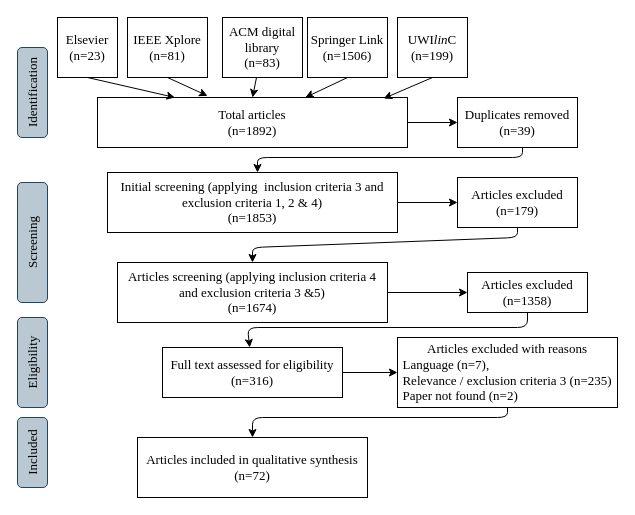
The draw.io diagram page "SLR Stages" (7 of 15) of TheModel.drawio in Kibolabs/Diagrams, before the edit. Source tidied: cells renumbered, new cells numbered last; positions are measured from the earlier drawing's top-left corner, leaving out a move shared by most shapes. Both pictures are drawn from the tidied source at 100%, with x=0, y=0 at pixel (-28, 17).
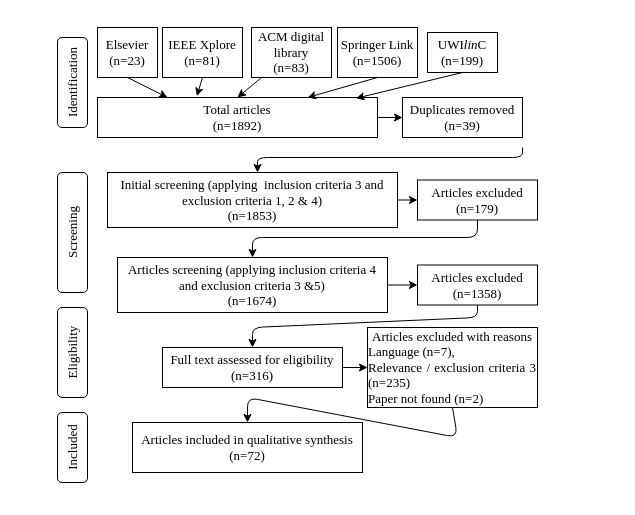
After the change.

What changed in the source:
```diff
@@
-    <mxCell id="2" value="&lt;div style=&quot;font-size: 13px;&quot;&gt;Elsevier&lt;/div&gt;&lt;div style=&quot;font-size: 13px;&quot;&gt;(n=23)&lt;br style=&quot;font-size: 13px;&quot;&gt;&lt;/div&gt;" style="rounded=0;whiteSpace=wrap;html=1;fontFamily=Times New Roman;fontSize=13;" parent="1" vertex="1">
-      <mxGeometry x="85" width="60" height="60" as="geometry" />
+    <mxCell id="2" value="&lt;div style=&quot;font-size: 13px;&quot;&gt;Elsevier&lt;/div&gt;&lt;div style=&quot;font-size: 13px;&quot;&gt;(n=23)&lt;br style=&quot;font-size: 13px;&quot;&gt;&lt;/div&gt;" style="rounded=0;whiteSpace=wrap;html=1;fontFamily=Times New Roman;fontSize=13;fillColor=none;fontColor=light-dark(#000000,#000000);strokeColor=light-dark(#000000,#000000);" parent="1" vertex="1">
+      <mxGeometry x="125" y="10" width="60" height="50" as="geometry" />
     </mxCell>
-    <mxCell id="3" value="&lt;div style=&quot;font-size: 13px;&quot;&gt;UWI&lt;i style=&quot;font-size: 13px;&quot;&gt;lin&lt;/i&gt;C&lt;/div&gt;&lt;div style=&quot;font-size: 13px;&quot;&gt;(n=199)&lt;br style=&quot;font-size: 13px;&quot;&gt;&lt;/div&gt;" style="rounded=0;whiteSpace=wrap;html=1;fontFamily=Times New Roman;fontSize=13;" parent="1" vertex="1">
-      <mxGeometry x="425" width="70" height="60" as="geometry" />
+    <mxCell id="3" value="&lt;div style=&quot;font-size: 13px;&quot;&gt;UWI&lt;i style=&quot;font-size: 13px;&quot;&gt;lin&lt;/i&gt;C&lt;/div&gt;&lt;div style=&quot;font-size: 13px;&quot;&gt;(n=199)&lt;br style=&quot;font-size: 13px;&quot;&gt;&lt;/div&gt;" style="rounded=0;whiteSpace=wrap;html=1;fontFamily=Times New Roman;fontSize=13;fillColor=none;fontColor=light-dark(#000000,#000000);strokeColor=light-dark(#000000,#000000);" parent="1" vertex="1">
+      <mxGeometry x="455" y="15" width="70" height="40" as="geometry" />
     </mxCell>
-    <mxCell id="4" value="&lt;div style=&quot;font-size: 13px;&quot;&gt;Springer Link&lt;/div&gt;&lt;div style=&quot;font-size: 13px;&quot;&gt;(n=1506)&lt;br style=&quot;font-size: 13px;&quot;&gt;&lt;/div&gt;" style="rounded=0;whiteSpace=wrap;html=1;fontFamily=Times New Roman;fontSize=13;" parent="1" vertex="1">
-      <mxGeometry x="335" width="80" height="60" as="geometry" />
+    <mxCell id="4" value="&lt;div style=&quot;font-size: 13px;&quot;&gt;Springer Link&lt;/div&gt;&lt;div style=&quot;font-size: 13px;&quot;&gt;(n=1506)&lt;br style=&quot;font-size: 13px;&quot;&gt;&lt;/div&gt;" style="rounded=0;whiteSpace=wrap;html=1;fontFamily=Times New Roman;fontSize=13;fillColor=none;fontColor=light-dark(#000000,#000000);strokeColor=light-dark(#000000,#000000);" parent="1" vertex="1">
+      <mxGeometry x="365" y="10" width="80" height="50" as="geometry" />
     </mxCell>
-    <mxCell id="5" value="&lt;div style=&quot;font-size: 13px;&quot;&gt;ACM digital library&lt;/div&gt;&lt;div style=&quot;font-size: 13px;&quot;&gt;(n=83)&lt;br style=&quot;font-size: 13px;&quot;&gt;&lt;/div&gt;" style="rounded=0;whiteSpace=wrap;html=1;fontFamily=Times New Roman;fontSize=13;" parent="1" vertex="1">
-      <mxGeometry x="250" width="80" height="60" as="geometry" />
+    <mxCell id="5" value="&lt;div style=&quot;font-size: 13px;&quot;&gt;ACM digital library&lt;/div&gt;&lt;div style=&quot;font-size: 13px;&quot;&gt;(n=83)&lt;br style=&quot;font-size: 13px;&quot;&gt;&lt;/div&gt;" style="rounded=0;whiteSpace=wrap;html=1;fontFamily=Times New Roman;fontSize=13;fillColor=none;fontColor=light-dark(#000000,#000000);strokeColor=light-dark(#000000,#000000);" parent="1" vertex="1">
+      <mxGeometry x="279" y="10" width="80" height="50" as="geometry" />
     </mxCell>
-    <mxCell id="6" value="&lt;div style=&quot;font-size: 13px;&quot;&gt;IEEE Xplore&lt;/div&gt;&lt;div style=&quot;font-size: 13px;&quot;&gt;(n=81)&lt;br style=&quot;font-size: 13px;&quot;&gt;&lt;/div&gt;" style="rounded=0;whiteSpace=wrap;html=1;fontFamily=Times New Roman;fontSize=13;" parent="1" vertex="1">
-      <mxGeometry x="155" width="80" height="60" as="geometry" />
+    <mxCell id="6" value="&lt;div style=&quot;font-size: 13px;&quot;&gt;IEEE Xplore&lt;/div&gt;&lt;div style=&quot;font-size: 13px;&quot;&gt;(n=81)&lt;br style=&quot;font-size: 13px;&quot;&gt;&lt;/div&gt;" style="rounded=0;whiteSpace=wrap;html=1;fontFamily=Times New Roman;fontSize=13;fillColor=none;fontColor=light-dark(#000000,#000000);strokeColor=light-dark(#000000,#000000);" parent="1" vertex="1">
+      <mxGeometry x="190" y="10" width="80" height="50" as="geometry" />
     </mxCell>
-    <mxCell id="7" value="Included" style="rounded=1;whiteSpace=wrap;html=1;rotation=-90;fontFamily=Times New Roman;fontSize=13;labelBackgroundColor=none;fillColor=#bac8d3;strokeColor=#23445d;" parent="1" vertex="1">
-      <mxGeometry x="25" y="420" width="70" height="30" as="geometry" />
+    <mxCell id="7" value="Included" style="rounded=1;whiteSpace=wrap;html=1;rotation=-90;fontFamily=Times New Roman;fontSize=13;labelBackgroundColor=none;fillColor=none;fontColor=light-dark(#000000,#000000);strokeColor=light-dark(#000000,#000000);" parent="1" vertex="1">
+      <mxGeometry x="65" y="415" width="70" height="30" as="geometry" />
     </mxCell>
-    <mxCell id="8" value="Eligibility" style="rounded=1;whiteSpace=wrap;html=1;rotation=-90;fontFamily=Times New Roman;fontSize=13;labelBackgroundColor=none;fillColor=#bac8d3;strokeColor=#23445d;" parent="1" vertex="1">
-      <mxGeometry x="15" y="330" width="90" height="30" as="geometry" />
+    <mxCell id="8" value="Eligibility" style="rounded=1;whiteSpace=wrap;html=1;rotation=-90;fontFamily=Times New Roman;fontSize=13;labelBackgroundColor=none;fillColor=none;fontColor=light-dark(#000000,#000000);strokeColor=light-dark(#000000,#000000);" parent="1" vertex="1">
+      <mxGeometry x="55" y="320" width="90" height="30" as="geometry" />
     </mxCell>
-    <mxCell id="9" value="Screening" style="rounded=1;whiteSpace=wrap;html=1;rotation=-90;fontFamily=Times New Roman;fontSize=13;labelBackgroundColor=none;fillColor=#bac8d3;strokeColor=#23445d;" parent="1" vertex="1">
-      <mxGeometry y="210" width="120" height="30" as="geometry" />
+    <mxCell id="9" value="Screening" style="rounded=1;whiteSpace=wrap;html=1;rotation=-90;fontFamily=Times New Roman;fontSize=13;labelBackgroundColor=none;fillColor=none;fontColor=light-dark(#000000,#000000);strokeColor=light-dark(#000000,#000000);" parent="1" vertex="1">
+      <mxGeometry x="40" y="200" width="120" height="30" as="geometry" />
     </mxCell>
-    <mxCell id="10" value="Identification" style="rounded=1;whiteSpace=wrap;html=1;rotation=-90;fontFamily=Times New Roman;fontSize=13;labelBackgroundColor=none;fillColor=#bac8d3;strokeColor=#23445d;" parent="1" vertex="1">
-      <mxGeometry x="15" y="60" width="90" height="30" as="geometry" />
+    <mxCell id="10" value="Identification" style="rounded=1;whiteSpace=wrap;html=1;rotation=-90;fontFamily=Times New Roman;fontSize=13;labelBackgroundColor=none;fillColor=none;fontColor=light-dark(#000000,#000000);strokeColor=light-dark(#000000,#000000);" parent="1" vertex="1">
+      <mxGeometry x="55" y="50" width="90" height="30" as="geometry" />
     </mxCell>
-    <mxCell id="11" value="&lt;div style=&quot;font-size: 13px&quot;&gt;Total articles&lt;/div&gt;&lt;div style=&quot;font-size: 13px&quot;&gt;(n=1892)&lt;br style=&quot;font-size: 13px&quot;&gt;&lt;/div&gt;" style="rounded=0;whiteSpace=wrap;html=1;fontFamily=Times New Roman;fontSize=13;" parent="1" vertex="1">
-      <mxGeometry x="125" y="80" width="310" height="50" as="geometry" />
+    <mxCell id="11" value="&lt;div style=&quot;font-size: 13px&quot;&gt;Total articles&lt;/div&gt;&lt;div style=&quot;font-size: 13px&quot;&gt;(n=1892)&lt;br style=&quot;font-size: 13px&quot;&gt;&lt;/div&gt;" style="rounded=0;whiteSpace=wrap;html=1;fontFamily=Times New Roman;fontSize=13;fillColor=none;fontColor=light-dark(#000000,#000000);strokeColor=light-dark(#000000,#000000);" parent="1" vertex="1">
+      <mxGeometry x="125" y="80" width="280" height="40" as="geometry" />
     </mxCell>
-    <mxCell id="12" value="&lt;div style=&quot;font-size: 13px;&quot;&gt;Initial screening (applying&amp;nbsp; inclusion criteria 3 and exclusion criteria 1, 2 &amp;amp; 4)&lt;/div&gt;&lt;div style=&quot;font-size: 13px;&quot;&gt;(n=1853)&lt;br style=&quot;font-size: 13px;&quot;&gt;&lt;/div&gt;" style="rounded=0;whiteSpace=wrap;html=1;fontFamily=Times New Roman;fontSize=13;" parent="1" vertex="1">
-      <mxGeometry x="135" y="155" width="290" height="60" as="geometry" />
+    <mxCell id="12" value="&lt;div style=&quot;font-size: 13px;&quot;&gt;Initial screening (applying&amp;nbsp; inclusion criteria 3 and exclusion criteria 1, 2 &amp;amp; 4)&lt;/div&gt;&lt;div style=&quot;font-size: 13px;&quot;&gt;(n=1853)&lt;br style=&quot;font-size: 13px;&quot;&gt;&lt;/div&gt;" style="rounded=0;whiteSpace=wrap;html=1;fontFamily=Times New Roman;fontSize=13;fillColor=none;fontColor=light-dark(#000000,#000000);strokeColor=light-dark(#000000,#000000);" parent="1" vertex="1">
+      <mxGeometry x="135" y="155" width="290" height="55" as="geometry" />
     </mxCell>
-    <mxCell id="13" value="&lt;div style=&quot;font-size: 13px&quot;&gt;Articles excluded&lt;/div&gt;&lt;div style=&quot;font-size: 13px&quot;&gt;(n=179)&lt;br style=&quot;font-size: 13px&quot;&gt;&lt;/div&gt;" style="rounded=0;whiteSpace=wrap;html=1;fontFamily=Times New Roman;fontSize=13;" parent="1" vertex="1">
-      <mxGeometry x="485" y="160" width="120" height="50" as="geometry" />
+    <mxCell id="13" value="&lt;div style=&quot;font-size: 13px&quot;&gt;Articles excluded&lt;/div&gt;&lt;div style=&quot;font-size: 13px&quot;&gt;(n=179)&lt;br style=&quot;font-size: 13px&quot;&gt;&lt;/div&gt;" style="rounded=0;whiteSpace=wrap;html=1;fontFamily=Times New Roman;fontSize=13;fillColor=none;fontColor=light-dark(#000000,#000000);strokeColor=light-dark(#000000,#000000);" parent="1" vertex="1">
+      <mxGeometry x="445" y="162.5" width="120" height="40" as="geometry" />
     </mxCell>
-    <mxCell id="14" value="&lt;div style=&quot;font-size: 13px&quot;&gt;Articles screening (applying inclusion criteria 4 and exclusion criteria 3 &amp;amp;5)&lt;/div&gt;&lt;div style=&quot;font-size: 13px&quot;&gt;(n=1674)&lt;br style=&quot;font-size: 13px&quot;&gt;&lt;/div&gt;" style="rounded=0;whiteSpace=wrap;html=1;fontFamily=Times New Roman;fontSize=13;" parent="1" vertex="1">
-      <mxGeometry x="145" y="245" width="270" height="60" as="geometry" />
+    <mxCell id="14" value="&lt;div style=&quot;font-size: 13px&quot;&gt;Articles screening (applying inclusion criteria 4 and exclusion criteria 3 &amp;amp;5)&lt;/div&gt;&lt;div style=&quot;font-size: 13px&quot;&gt;(n=1674)&lt;br style=&quot;font-size: 13px&quot;&gt;&lt;/div&gt;" style="rounded=0;whiteSpace=wrap;html=1;fontFamily=Times New Roman;fontSize=13;fillColor=none;fontColor=light-dark(#000000,#000000);strokeColor=light-dark(#000000,#000000);" parent="1" vertex="1">
+      <mxGeometry x="145" y="240" width="270" height="55" as="geometry" />
     </mxCell>
-    <mxCell id="15" value="&lt;div style=&quot;font-size: 13px;&quot;&gt;Articles excluded&lt;/div&gt;&lt;div style=&quot;font-size: 13px;&quot;&gt;(n=1358)&lt;br style=&quot;font-size: 13px;&quot;&gt;&lt;/div&gt;" style="rounded=0;whiteSpace=wrap;html=1;fontFamily=Times New Roman;fontSize=13;" parent="1" vertex="1">
-      <mxGeometry x="495" y="255" width="120" height="40" as="geometry" />
+    <mxCell id="15" value="&lt;div style=&quot;font-size: 13px;&quot;&gt;Articles excluded&lt;/div&gt;&lt;div style=&quot;font-size: 13px;&quot;&gt;(n=1358)&lt;br style=&quot;font-size: 13px;&quot;&gt;&lt;/div&gt;" style="rounded=0;whiteSpace=wrap;html=1;fontFamily=Times New Roman;fontSize=13;fillColor=none;fontColor=light-dark(#000000,#000000);strokeColor=light-dark(#000000,#000000);" parent="1" vertex="1">
+      <mxGeometry x="445" y="247.5" width="120" height="40" as="geometry" />
     </mxCell>
-    <mxCell id="16" value="&lt;div style=&quot;font-size: 13px;&quot;&gt;Full text assessed for eligibility&lt;/div&gt;&lt;div style=&quot;font-size: 13px;&quot;&gt;(n=316)&lt;br style=&quot;font-size: 13px;&quot;&gt;&lt;/div&gt;" style="rounded=0;whiteSpace=wrap;html=1;fontFamily=Times New Roman;fontSize=13;" parent="1" vertex="1">
-      <mxGeometry x="190" y="330" width="180" height="50" as="geometry" />
+    <mxCell id="16" value="&lt;div style=&quot;font-size: 13px;&quot;&gt;Full text assessed for eligibility&lt;/div&gt;&lt;div style=&quot;font-size: 13px;&quot;&gt;(n=316)&lt;br style=&quot;font-size: 13px;&quot;&gt;&lt;/div&gt;" style="rounded=0;whiteSpace=wrap;html=1;fontFamily=Times New Roman;fontSize=13;fillColor=none;fontColor=light-dark(#000000,#000000);strokeColor=light-dark(#000000,#000000);" parent="1" vertex="1">
+      <mxGeometry x="190" y="330" width="180" height="40" as="geometry" />
     </mxCell>
-    <mxCell id="17" value="&lt;div style=&quot;font-size: 13px&quot;&gt;Articles excluded with reasons&lt;br&gt;&lt;/div&gt;&lt;div style=&quot;font-size: 13px&quot; align=&quot;justify&quot;&gt;Language (n=7), &lt;br style=&quot;font-size: 13px&quot;&gt;&lt;/div&gt;&lt;div style=&quot;font-size: 13px&quot; align=&quot;justify&quot;&gt;Relevance / exclusion criteria 3 (n=235)&lt;/div&gt;&lt;div style=&quot;font-size: 13px&quot; align=&quot;justify&quot;&gt;Paper not found (n=2)&lt;br style=&quot;font-size: 13px&quot;&gt;&lt;/div&gt;" style="rounded=0;whiteSpace=wrap;html=1;fontFamily=Times New Roman;fontSize=13;" parent="1" vertex="1">
-      <mxGeometry x="425" y="320" width="220" height="70" as="geometry" />
+    <mxCell id="17" value="&lt;div style=&quot;font-size: 13px&quot;&gt;Articles excluded with reasons&lt;br&gt;&lt;/div&gt;&lt;div align=&quot;justify&quot; style=&quot;font-size: 13px&quot;&gt;Language (n=7), &lt;br style=&quot;font-size: 13px&quot;&gt;&lt;/div&gt;&lt;div align=&quot;justify&quot; style=&quot;font-size: 13px&quot;&gt;Relevance / exclusion criteria 3 (n=235)&lt;/div&gt;&lt;div align=&quot;justify&quot; style=&quot;font-size: 13px&quot;&gt;Paper not found (n=2)&lt;br style=&quot;font-size: 13px&quot;&gt;&lt;/div&gt;" style="rounded=0;whiteSpace=wrap;html=1;fontFamily=Times New Roman;fontSize=13;fillColor=none;fontColor=light-dark(#000000,#000000);strokeColor=light-dark(#000000,#000000);" parent="1" vertex="1">
+      <mxGeometry x="395" y="310" width="170" height="80" as="geometry" />
     </mxCell>
-    <mxCell id="18" value="&lt;div style=&quot;font-size: 13px;&quot;&gt;Articles included in qualitative synthesis&lt;/div&gt;&lt;div style=&quot;font-size: 13px;&quot;&gt;(n=72)&lt;br style=&quot;font-size: 13px;&quot;&gt;&lt;/div&gt;" style="rounded=0;whiteSpace=wrap;html=1;fontFamily=Times New Roman;fontSize=13;" parent="1" vertex="1">
-      <mxGeometry x="165" y="420" width="230" height="60" as="geometry" />
+    <mxCell id="18" value="&lt;div style=&quot;font-size: 13px;&quot;&gt;Articles included in qualitative synthesis&lt;/div&gt;&lt;div style=&quot;font-size: 13px;&quot;&gt;(n=72)&lt;br style=&quot;font-size: 13px;&quot;&gt;&lt;/div&gt;" style="rounded=0;whiteSpace=wrap;html=1;fontFamily=Times New Roman;fontSize=13;fillColor=none;fontColor=light-dark(#000000,#000000);strokeColor=light-dark(#000000,#000000);" parent="1" vertex="1">
+      <mxGeometry x="160" y="405" width="230" height="50" as="geometry" />
     </mxCell>
-    <mxCell id="19" style="endArrow=classic;html=1;fontFamily=Times New Roman;fontSize=13;entryX=0.5;entryY=0;entryDx=0;entryDy=0;" parent="1" edge="1" source="5" target="11">
+    <mxCell id="19" style="endArrow=classic;html=1;fontFamily=Times New Roman;fontSize=13;entryX=0.5;entryY=0;entryDx=0;entryDy=0;fillColor=none;fontColor=light-dark(#000000,#000000);strokeColor=light-dark(#000000,#000000);" parent="1" edge="1" source="5" target="11">
       <mxGeometry relative="1" as="geometry" />
     </mxCell>
-    <mxCell id="20" style="endArrow=classic;html=1;fontFamily=Times New Roman;fontSize=13;exitX=0.5;exitY=1;exitDx=0;exitDy=0;entryX=0.923;entryY=0.02;entryDx=0;entryDy=0;entryPerimeter=0;" parent="1" edge="1" source="3" target="11">
+    <mxCell id="20" style="endArrow=classic;html=1;fontFamily=Times New Roman;fontSize=13;exitX=0.5;exitY=1;exitDx=0;exitDy=0;entryX=0.923;entryY=0.02;entryDx=0;entryDy=0;entryPerimeter=0;fillColor=none;fontColor=light-dark(#000000,#000000);strokeColor=light-dark(#000000,#000000);" parent="1" edge="1" source="3" target="11">
       <mxGeometry relative="1" as="geometry" />
     </mxCell>
-    <mxCell id="21" style="endArrow=classic;html=1;fontFamily=Times New Roman;fontSize=13;exitX=0.5;exitY=1;exitDx=0;exitDy=0;" parent="1" edge="1" source="4" target="11">
+    <mxCell id="21" style="endArrow=classic;html=1;fontFamily=Times New Roman;fontSize=13;exitX=0.5;exitY=1;exitDx=0;exitDy=0;fillColor=none;fontColor=light-dark(#000000,#000000);strokeColor=light-dark(#000000,#000000);" parent="1" edge="1" source="4" target="11">
       <mxGeometry relative="1" as="geometry" />
     </mxCell>
-    <mxCell id="22" style="endArrow=classic;html=1;fontFamily=Times New Roman;fontSize=13;exitX=0.5;exitY=1;exitDx=0;exitDy=0;entryX=0.355;entryY=-0.033;entryDx=0;entryDy=0;entryPerimeter=0;" parent="1" edge="1" source="6" target="11">
+    <mxCell id="22" style="endArrow=classic;html=1;fontFamily=Times New Roman;fontSize=13;exitX=0.5;exitY=1;exitDx=0;exitDy=0;entryX=0.355;entryY=-0.033;entryDx=0;entryDy=0;entryPerimeter=0;fillColor=none;fontColor=light-dark(#000000,#000000);strokeColor=light-dark(#000000,#000000);" parent="1" edge="1" source="6" target="11">
       <mxGeometry relative="1" as="geometry" />
     </mxCell>
-    <mxCell id="23" style="endArrow=classic;html=1;fontFamily=Times New Roman;fontSize=13;exitX=0.5;exitY=1;exitDx=0;exitDy=0;entryX=0.25;entryY=0;entryDx=0;entryDy=0;" parent="1" edge="1" source="2" target="11">
+    <mxCell id="23" style="endArrow=classic;html=1;fontFamily=Times New Roman;fontSize=13;exitX=0.5;exitY=1;exitDx=0;exitDy=0;entryX=0.25;entryY=0;entryDx=0;entryDy=0;fillColor=none;fontColor=light-dark(#000000,#000000);strokeColor=light-dark(#000000,#000000);" parent="1" edge="1" source="2" target="11">
       <mxGeometry relative="1" as="geometry" />
     </mxCell>
-    <mxCell id="24" style="endArrow=classic;html=1;fontFamily=Times New Roman;fontSize=13;exitX=0.5;exitY=1;exitDx=0;exitDy=0;entryX=0.5;entryY=0;entryDx=0;entryDy=0;" parent="1" edge="1">
+    <mxCell id="24" style="endArrow=classic;html=1;fontFamily=Times New Roman;fontSize=13;exitX=0.5;exitY=1;exitDx=0;exitDy=0;entryX=0.5;entryY=0;entryDx=0;entryDy=0;fillColor=none;fontColor=light-dark(#000000,#000000);strokeColor=light-dark(#000000,#000000);" parent="1" edge="1">
       <mxGeometry relative="1" as="geometry">
         <mxPoint x="550" y="130" as="sourcePoint" />
         <mxPoint x="285" y="155" as="targetPoint" />
         <Array as="points">
           <mxPoint x="550" y="140" />
           <mxPoint x="285" y="140" />
         </Array>
       </mxGeometry>
     </mxCell>
-    <mxCell id="25" style="endArrow=classic;html=1;fontFamily=Times New Roman;fontSize=13;exitX=1;exitY=0.5;exitDx=0;exitDy=0;entryX=0;entryY=0.5;entryDx=0;entryDy=0;" parent="1" edge="1" source="16" target="17">
+    <mxCell id="25" style="endArrow=classic;html=1;fontFamily=Times New Roman;fontSize=13;exitX=1;exitY=0.5;exitDx=0;exitDy=0;entryX=0;entryY=0.5;entryDx=0;entryDy=0;fillColor=none;fontColor=light-dark(#000000,#000000);strokeColor=light-dark(#000000,#000000);" parent="1" edge="1" source="16" target="17">
       <mxGeometry relative="1" as="geometry" />
     </mxCell>
-    <mxCell id="26" style="endArrow=classic;html=1;fontFamily=Times New Roman;fontSize=13;exitX=0.5;exitY=1;exitDx=0;exitDy=0;" parent="1" edge="1" source="15" target="16">
+    <mxCell id="26" style="endArrow=classic;html=1;fontFamily=Times New Roman;fontSize=13;exitX=0.5;exitY=1;exitDx=0;exitDy=0;fillColor=none;fontColor=light-dark(#000000,#000000);strokeColor=light-dark(#000000,#000000);" parent="1" edge="1" source="15" target="16">
       <mxGeometry relative="1" as="geometry">
         <Array as="points">
-          <mxPoint x="555" y="310" />
-          <mxPoint x="275" y="310" />
+          <mxPoint x="505" y="300" />
+          <mxPoint x="280" y="310" />
         </Array>
       </mxGeometry>
     </mxCell>
-    <mxCell id="27" style="endArrow=classic;html=1;fontFamily=Times New Roman;fontSize=13;exitX=1;exitY=0.5;exitDx=0;exitDy=0;entryX=0;entryY=0.5;entryDx=0;entryDy=0;" parent="1" edge="1" source="14" target="15">
+    <mxCell id="27" style="endArrow=classic;html=1;fontFamily=Times New Roman;fontSize=13;exitX=1;exitY=0.5;exitDx=0;exitDy=0;entryX=0;entryY=0.5;entryDx=0;entryDy=0;fillColor=none;fontColor=light-dark(#000000,#000000);strokeColor=light-dark(#000000,#000000);" parent="1" edge="1" source="14" target="15">
       <mxGeometry relative="1" as="geometry" />
     </mxCell>
-    <mxCell id="28" style="endArrow=classic;html=1;fontFamily=Times New Roman;fontSize=13;exitX=0.5;exitY=1;exitDx=0;exitDy=0;entryX=0.5;entryY=0;entryDx=0;entryDy=0;" parent="1" edge="1" source="13" target="14">
+    <mxCell id="28" style="endArrow=classic;html=1;fontFamily=Times New Roman;fontSize=13;exitX=0.5;exitY=1;exitDx=0;exitDy=0;entryX=0.5;entryY=0;entryDx=0;entryDy=0;fillColor=none;fontColor=light-dark(#000000,#000000);strokeColor=light-dark(#000000,#000000);" parent="1" edge="1" source="13" target="14">
       <mxGeometry relative="1" as="geometry">
         <Array as="points">
-          <mxPoint x="545" y="220" />
-          <mxPoint x="280" y="230" />
+          <mxPoint x="505" y="220" />
+          <mxPoint x="280" y="220" />
         </Array>
       </mxGeometry>
     </mxCell>
-    <mxCell id="29" style="endArrow=classic;html=1;fontFamily=Times New Roman;fontSize=13;exitX=1;exitY=0.5;exitDx=0;exitDy=0;entryX=0;entryY=0.5;entryDx=0;entryDy=0;" parent="1" edge="1" source="12" target="13">
+    <mxCell id="29" style="endArrow=classic;html=1;fontFamily=Times New Roman;fontSize=13;exitX=1;exitY=0.5;exitDx=0;exitDy=0;entryX=0;entryY=0.5;entryDx=0;entryDy=0;fillColor=none;fontColor=light-dark(#000000,#000000);strokeColor=light-dark(#000000,#000000);" parent="1" edge="1" source="12" target="13">
       <mxGeometry relative="1" as="geometry" />
     </mxCell>
-    <mxCell id="30" style="endArrow=classic;html=1;fontFamily=Times New Roman;fontSize=13;exitX=0.5;exitY=1;exitDx=0;exitDy=0;entryX=0.5;entryY=0;entryDx=0;entryDy=0;" parent="1" edge="1" source="17" target="18">
+    <mxCell id="30" style="endArrow=classic;html=1;fontFamily=Times New Roman;fontSize=13;exitX=0.5;exitY=1;exitDx=0;exitDy=0;entryX=0.5;entryY=0;entryDx=0;entryDy=0;fillColor=none;fontColor=light-dark(#000000,#000000);strokeColor=light-dark(#000000,#000000);" parent="1" edge="1" source="17" target="18">
       <mxGeometry relative="1" as="geometry">
         <Array as="points">
-          <mxPoint x="535" y="400" />
-          <mxPoint x="280" y="400" />
+          <mxPoint x="485" y="420" />
+          <mxPoint x="275" y="380" />
         </Array>
       </mxGeometry>
     </mxCell>
-    <mxCell id="31" value="&lt;div style=&quot;font-size: 13px&quot;&gt;Duplicates removed&lt;/div&gt;&lt;div style=&quot;font-size: 13px&quot;&gt;(n=39)&lt;br style=&quot;font-size: 13px&quot;&gt;&lt;/div&gt;" style="rounded=0;whiteSpace=wrap;html=1;fontFamily=Times New Roman;fontSize=13;" parent="1" vertex="1">
-      <mxGeometry x="485" y="80" width="120" height="50" as="geometry" />
+    <mxCell id="31" value="&lt;div style=&quot;font-size: 13px&quot;&gt;Duplicates removed&lt;/div&gt;&lt;div style=&quot;font-size: 13px&quot;&gt;(n=39)&lt;br style=&quot;font-size: 13px&quot;&gt;&lt;/div&gt;" style="rounded=0;whiteSpace=wrap;html=1;fontFamily=Times New Roman;fontSize=13;fillColor=none;fontColor=light-dark(#000000,#000000);strokeColor=light-dark(#000000,#000000);" parent="1" vertex="1">
+      <mxGeometry x="430" y="80" width="120" height="40" as="geometry" />
     </mxCell>
-    <mxCell id="32" style="endArrow=classic;html=1;fontFamily=Times New Roman;fontSize=13;exitX=1;exitY=0.5;exitDx=0;exitDy=0;entryX=0;entryY=0.5;entryDx=0;entryDy=0;" parent="1" edge="1" source="11" target="31">
+    <mxCell id="32" style="endArrow=classic;html=1;fontFamily=Times New Roman;fontSize=13;exitX=1;exitY=0.5;exitDx=0;exitDy=0;entryX=0;entryY=0.5;entryDx=0;entryDy=0;fillColor=none;fontColor=light-dark(#000000,#000000);strokeColor=light-dark(#000000,#000000);" parent="1" edge="1" source="11" target="31">
       <mxGeometry relative="1" as="geometry" />
     </mxCell>
```
